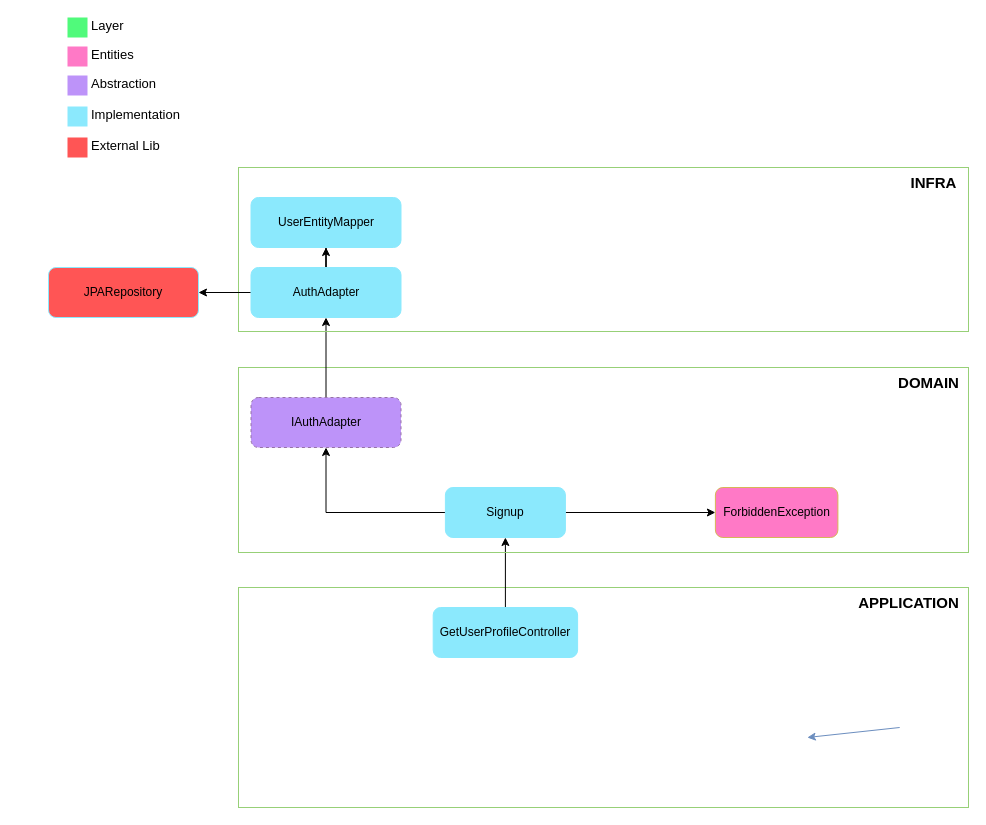
Before: docs/useCases/authentication/getUserProfile/getUserProfile.drawio in gervasioartur/walletwise-api, a draw.io diagram. Source tidied: cells renumbered, new cells numbered last; positions are measured from the earlier drawing's top-left corner, leaving out a move shared by most shapes. Both pictures are drawn from the tidied source at 100%, with x=0, y=0 at pixel (48, 17).
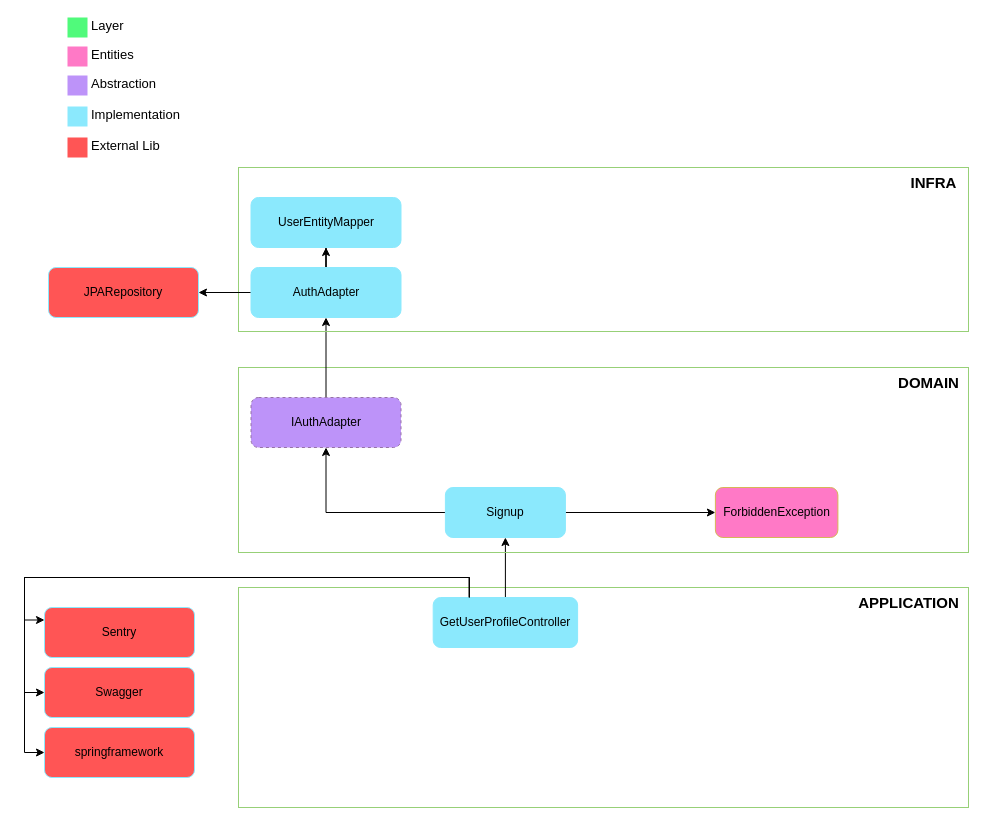
After the change.

Commit message (it also covers changes not shown here):
docs: add sentry dependency in dependency diagrams

What changed in the source:
```diff
@@
+    <mxCell id="34" style="edgeStyle=orthogonalEdgeStyle;rounded=0;jettySize=auto;html=1;entryX=0;entryY=0.25;entryDx=0;entryDy=0;exitX=0.25;exitY=0;exitDx=0;exitDy=0;" parent="1" edge="1" source="4" target="35">
+      <mxGeometry relative="1" as="geometry" />
+    </mxCell>
     <mxCell id="4" value="GetUserProfileController" style="rounded=1;whiteSpace=wrap;html=1;strokeColor=#8BE9FD;fillColor=#8BE9FD;" parent="1" vertex="1">
-      <mxGeometry x="384.7" y="590" width="144.4" height="50" as="geometry" />
+      <mxGeometry x="384.7" y="580" width="144.4" height="50" as="geometry" />
     </mxCell>
@@
-    <mxCell id="31" style="endArrow=classic;html=1;rounded=0;exitX=0.5;exitY=1;exitDx=0;exitDy=0;entryX=0.5;entryY=0;entryDx=0;entryDy=0;fillColor=#dae8fc;strokeColor=#6c8ebf;" parent="1" edge="1">
-      <mxGeometry relative="1" as="geometry">
-        <mxPoint x="851.2" y="710" as="sourcePoint" />
-        <mxPoint x="758.8" y="720" as="targetPoint" />
-      </mxGeometry>
-    </mxCell>
@@
+    <mxCell id="35" value="Sentry" style="rounded=1;whiteSpace=wrap;html=1;strokeColor=#8BE9FD;fillColor=#FF5555;" parent="1" vertex="1">
+      <mxGeometry x="-4" y="590" width="150" height="50" as="geometry" />
+    </mxCell>
+    <mxCell id="36" value="Swagger" style="rounded=1;whiteSpace=wrap;html=1;strokeColor=#8BE9FD;fillColor=#FF5555;" parent="1" vertex="1">
+      <mxGeometry x="-4" y="650" width="150" height="50" as="geometry" />
+    </mxCell>
+    <mxCell id="37" value="springframework" style="rounded=1;whiteSpace=wrap;html=1;strokeColor=#8BE9FD;fillColor=#FF5555;" parent="1" vertex="1">
+      <mxGeometry x="-4" y="710" width="150" height="50" as="geometry" />
+    </mxCell>
+    <mxCell id="38" style="edgeStyle=orthogonalEdgeStyle;rounded=0;jettySize=auto;html=1;entryX=0;entryY=0.5;entryDx=0;entryDy=0;exitX=0.25;exitY=0;exitDx=0;exitDy=0;" parent="1" edge="1" source="4" target="36">
+      <mxGeometry relative="1" as="geometry" />
+    </mxCell>
+    <mxCell id="39" style="edgeStyle=orthogonalEdgeStyle;rounded=0;jettySize=auto;html=1;entryX=0;entryY=0.5;entryDx=0;entryDy=0;exitX=0.25;exitY=0;exitDx=0;exitDy=0;" parent="1" edge="1" source="4" target="37">
+      <mxGeometry relative="1" as="geometry" />
+    </mxCell>
```
